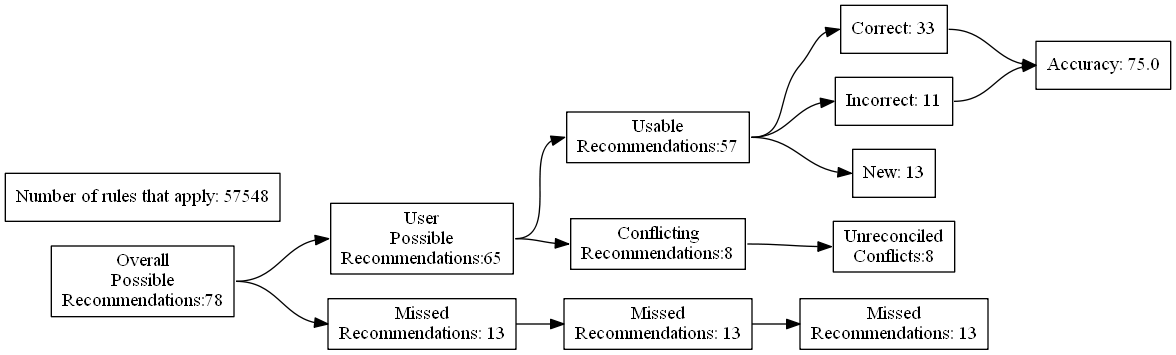
Above: test_renders/85.gv.png in ZaxR/ibd_diet_analysis (Graphviz), before the change. Its source is kept beside it as test_renders/85.gv.
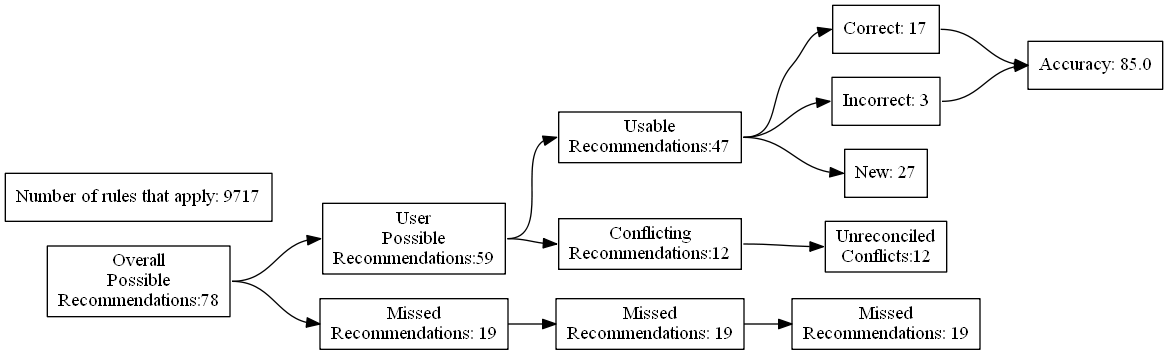
After the change.

What changed in the source:
```diff
@@ -7,24 +7,24 @@
 Recommendations:78"]
 		B [label="User
 Possible
-Recommendations:65"]
+Recommendations:59"]
 		C [label="Missed
-Recommendations: 13"]
+Recommendations: 19"]
 		D [label="Usable
-Recommendations:57"]
+Recommendations:47"]
 		E [label="Conflicting
-Recommendations:8"]
+Recommendations:12"]
 		J [label="Missed
-Recommendations: 13"]
+Recommendations: 19"]
 		M [label="Unreconciled
-Conflicts:8"]
-		F [label="Correct: 33"]
-		G [label="Incorrect: 11"]
-		H [label="New: 13"]
+Conflicts:12"]
+		F [label="Correct: 17"]
+		G [label="Incorrect: 3"]
+		H [label="New: 27"]
 		K [label="Missed
-Recommendations: 13"]
-		I [label="Accuracy: 75.0"]
-		l [label="Number of rules that apply: 57548"]
+Recommendations: 19"]
+		I [label="Accuracy: 85.0"]
+		l [label="Number of rules that apply: 9717"]
 			A -> B
 			A -> C
 			B -> D
```
